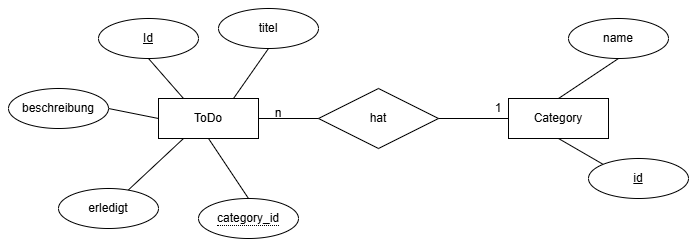
Before: SE3.drawio.png, a diagram exported from draw.io (hannaHk0/todoapp-se3). Source tidied: cells renumbered, new cells last; positions are measured from the earlier drawing's top-left corner, leaving out a move shared by most shapes.
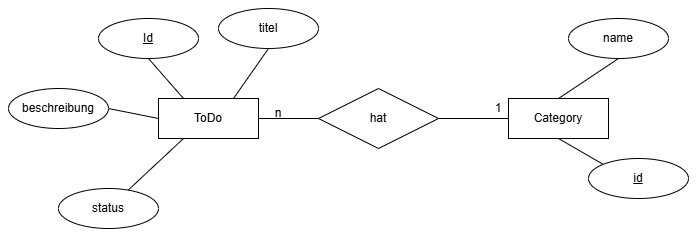
The same diagram one commit later.

Commit message:
Anpassung Datenmodell nach Besprechung

Erledigt zu status!

Diff of the diagram source:
```diff
@@ -5,9 +5,6 @@
     <mxCell id="2" value="hat" style="shape=rhombus;perimeter=rhombusPerimeter;whiteSpace=wrap;html=1;align=center;" parent="1" vertex="1">
       <mxGeometry x="310" y="80" width="120" height="60" as="geometry" />
     </mxCell>
-    <mxCell id="3" style="rounded=0;jettySize=auto;html=1;exitX=0.5;exitY=1;exitDx=0;exitDy=0;entryX=0.5;entryY=0;entryDx=0;entryDy=0;endArrow=none;endFill=0;" parent="1" edge="1" source="8" target="20">
-      <mxGeometry relative="1" as="geometry" />
-    </mxCell>
     <mxCell id="4" style="rounded=0;jettySize=auto;html=1;exitX=0.25;exitY=1;exitDx=0;exitDy=0;startArrow=none;startFill=0;endArrow=none;endFill=0;" parent="1" edge="1" source="8" target="17">
       <mxGeometry relative="1" as="geometry" />
     </mxCell>
@@ -49,7 +46,7 @@
     <mxCell id="16" value="beschreibung" style="ellipse;whiteSpace=wrap;html=1;align=center;" parent="1" vertex="1">
       <mxGeometry y="80" width="100" height="40" as="geometry" />
     </mxCell>
-    <mxCell id="17" value="erledigt" style="ellipse;whiteSpace=wrap;html=1;align=center;" parent="1" vertex="1">
+    <mxCell id="17" value="status" style="ellipse;whiteSpace=wrap;html=1;align=center;" parent="1" vertex="1">
       <mxGeometry x="50" y="180" width="100" height="40" as="geometry" />
     </mxCell>
     <mxCell id="18" value="name" style="ellipse;whiteSpace=wrap;html=1;align=center;" parent="1" vertex="1">
@@ -58,9 +55,6 @@
     <mxCell id="19" value="id" style="ellipse;whiteSpace=wrap;html=1;align=center;fontStyle=4;" parent="1" vertex="1">
       <mxGeometry x="580" y="150" width="100" height="40" as="geometry" />
     </mxCell>
-    <mxCell id="20" value="&lt;span style=&quot;border-bottom: 1px dotted;&quot;&gt;category_id&lt;/span&gt;" style="ellipse;whiteSpace=wrap;html=1;align=center;" parent="1" vertex="1">
-      <mxGeometry x="190" y="190" width="100" height="40" as="geometry" />
-    </mxCell>
     <mxCell id="21" value="n" style="text;html=1;whiteSpace=wrap;strokeColor=none;fillColor=none;align=center;verticalAlign=middle;rounded=0;" parent="1" vertex="1">
       <mxGeometry x="240" y="90" width="60" height="30" as="geometry" />
     </mxCell>
```
